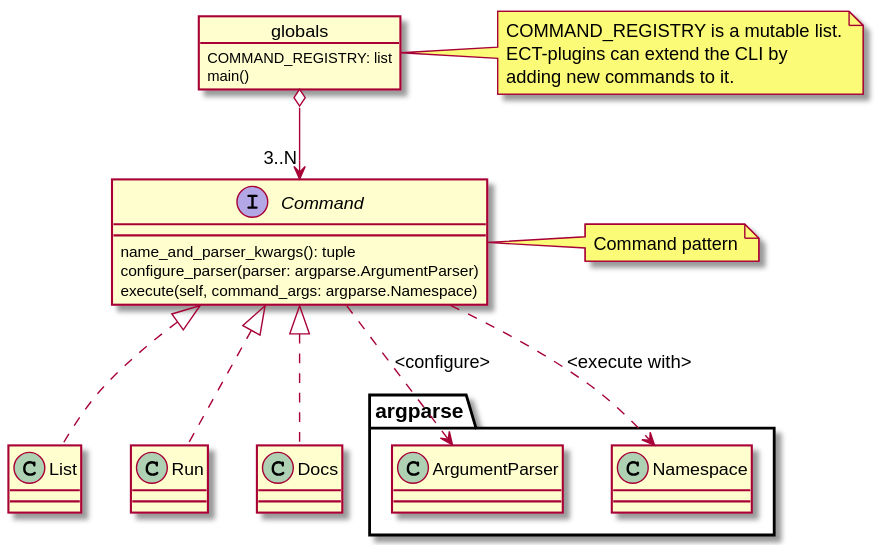
CCI-Tools/cate keeps this PlantUML diagram as doc/source/_static/uml/cli.svg. Above is the earlier version. Its source is kept beside it as doc/source/uml/cli.puml. The source it was exported from:
```plantuml
@startuml

interface Command {
    name_and_parser_kwargs(): tuple
    configure_parser(parser: argparse.ArgumentParser)
    execute(self, command_args: argparse.Namespace)
}

class List implements Command {
}

class Run implements Command {
}

class Docs implements Command {
}


Command ..> argparse.ArgumentParser : <configure>
Command ..> argparse.Namespace : <execute with>

note right of Command
Command pattern
end note

object globals {
    COMMAND_REGISTRY: list
    main()
}

globals o--> "3..N" Command

note right of globals
COMMAND_REGISTRY is a mutable list.
ECT-plugins can extend the CLI by
adding new commands to it.
end note

@enduml
```
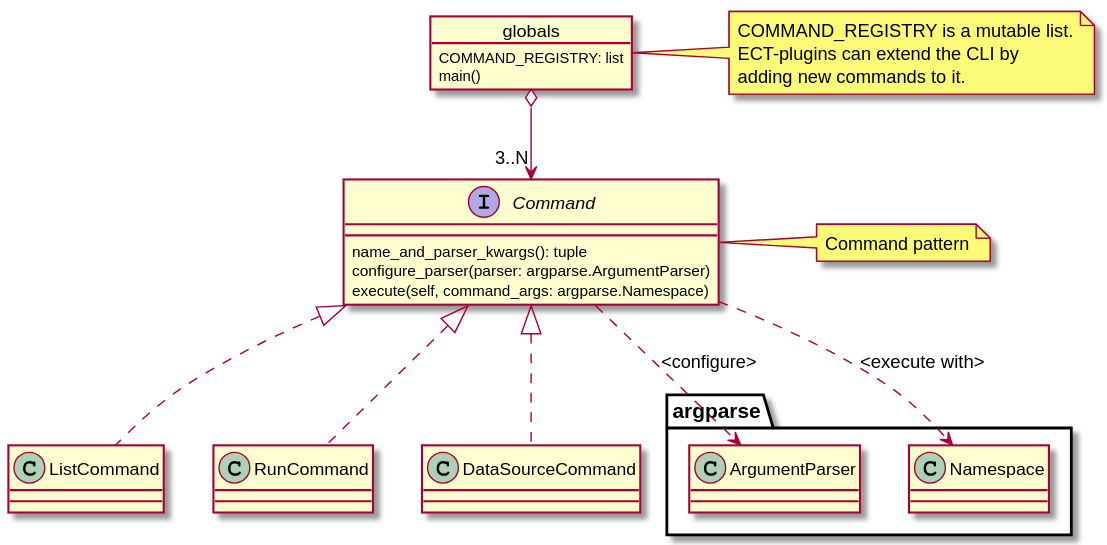
The same diagram one commit later.

What changed in the source:
```diff
@@ -6,13 +6,13 @@
     execute(self, command_args: argparse.Namespace)
 }
 
-class List implements Command {
+class ListCommand implements Command {
 }
 
-class Run implements Command {
+class RunCommand implements Command {
 }
 
-class Docs implements Command {
+class DataSourceCommand implements Command {
 }
 
 
```
